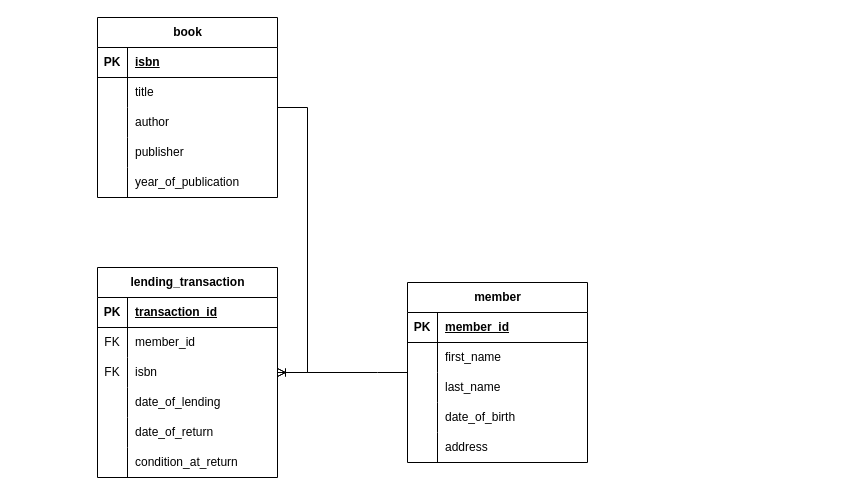
This is Phase 0 Remote - S1/Week 3/D5/nongradedchallenge/ERD.drawio from alfikridotname/HACTIV8-FTGO, a draw.io file, before an edit. Source tidied: cells renumbered, new cells numbered last; positions are measured from the earlier drawing's top-left corner, leaving out a move shared by most shapes. Both pictures are drawn from the tidied source at 100%, with x=0, y=0 at pixel (97, 17).
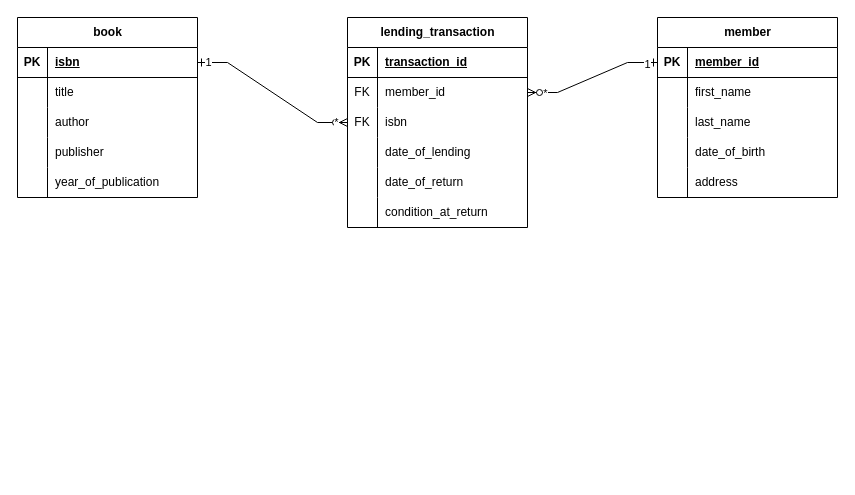
After the change.

Unchanged cells that the change refers to:
```xml
<mxCell id="3" style="shape=tableRow;horizontal=0;startSize=0;swimlaneHead=0;swimlaneBody=0;fillColor=none;points=[[0,0.5],[1,0.5]];portConstraint=eastwest;top=0;left=0;right=0;bottom=1;" parent="2" vertex="1">
  <mxGeometry y="30" width="180" height="30" as="geometry" />
</mxCell>
<mxCell id="19" style="shape=tableRow;horizontal=0;startSize=0;swimlaneHead=0;swimlaneBody=0;fillColor=none;points=[[0,0.5],[1,0.5]];portConstraint=eastwest;top=0;left=0;right=0;bottom=1;" parent="18" vertex="1">
  <mxGeometry y="30" width="180" height="30" as="geometry" />
</mxCell>
<mxCell id="38" style="shape=tableRow;horizontal=0;startSize=0;swimlaneHead=0;swimlaneBody=0;fillColor=none;points=[[0,0.5],[1,0.5]];portConstraint=eastwest;top=0;left=0;right=0;bottom=0;" parent="34" vertex="1">
  <mxGeometry y="60" width="180" height="30" as="geometry" />
</mxCell>
<mxCell id="41" style="shape=tableRow;horizontal=0;startSize=0;swimlaneHead=0;swimlaneBody=0;fillColor=none;points=[[0,0.5],[1,0.5]];portConstraint=eastwest;top=0;left=0;right=0;bottom=0;" parent="34" vertex="1">
  <mxGeometry y="90" width="180" height="30" as="geometry" />
</mxCell>
```

Diff of the diagram source:
```diff
@@
     <mxCell id="2" value="book" style="shape=table;startSize=30;childLayout=tableLayout;rowLines=0;fontStyle=1;align=center;html=1;" parent="1" vertex="1">
-      <mxGeometry width="180" height="180" as="geometry" />
+      <mxGeometry x="-80" width="180" height="180" as="geometry" />
     </mxCell>
@@
     <mxCell id="18" value="member" style="shape=table;startSize=30;childLayout=tableLayout;rowLines=0;fontStyle=1;align=center;html=1;" parent="1" vertex="1">
-      <mxGeometry x="310" y="265" width="180" height="180" as="geometry" />
+      <mxGeometry x="560" width="180" height="180" as="geometry" />
     </mxCell>
@@
     <mxCell id="34" value="lending_transaction" style="shape=table;startSize=30;childLayout=tableLayout;rowLines=0;fontStyle=1;align=center;html=1;" parent="1" vertex="1">
-      <mxGeometry y="250" width="180" height="210" as="geometry" />
+      <mxGeometry x="250" width="180" height="210" as="geometry" />
     </mxCell>
@@
-    <mxCell id="53" style="edgeStyle=entityRelationEdgeStyle;fontSize=12;html=1;endArrow=ERoneToMany;rounded=0;" parent="1" edge="1" source="18" target="34">
-      <mxGeometry relative="1" as="geometry" />
-    </mxCell>
-    <mxCell id="54" style="edgeStyle=entityRelationEdgeStyle;fontSize=12;html=1;endArrow=ERoneToMany;rounded=0;" parent="1" edge="1" source="2" target="34">
-      <mxGeometry relative="1" as="geometry" />
-    </mxCell>
+    <mxCell id="55" style="edgeStyle=entityRelationEdgeStyle;fontSize=12;html=1;endArrow=ERzeroToMany;startArrow=ERmandOne;rounded=0;" parent="1" edge="1" source="3" target="41">
+      <mxGeometry relative="1" as="geometry" />
+    </mxCell>
+    <mxCell id="56" value="1" style="edgeLabel;html=1;align=center;verticalAlign=middle;" parent="55" vertex="1">
+      <mxGeometry x="-0.88" y="1" relative="1" as="geometry" />
+    </mxCell>
+    <mxCell id="57" value="*" style="edgeLabel;html=1;align=center;verticalAlign=middle;" parent="55" vertex="1">
+      <mxGeometry x="0.87" y="1" relative="1" as="geometry" />
+    </mxCell>
+    <mxCell id="58" style="edgeStyle=entityRelationEdgeStyle;fontSize=12;html=1;endArrow=ERzeroToMany;startArrow=ERmandOne;rounded=0;" parent="1" edge="1" source="19" target="38">
+      <mxGeometry relative="1" as="geometry">
+        <Array as="points">
+          <mxPoint x="550" y="70" />
+          <mxPoint x="510" y="80" />
+        </Array>
+      </mxGeometry>
+    </mxCell>
+    <mxCell id="59" value="1" style="edgeLabel;html=1;align=center;verticalAlign=middle;" parent="58" vertex="1">
+      <mxGeometry x="-0.84" y="1" relative="1" as="geometry" />
+    </mxCell>
+    <mxCell id="60" value="*" style="edgeLabel;html=1;align=center;verticalAlign=middle;" parent="58" vertex="1">
+      <mxGeometry x="0.75" relative="1" as="geometry" />
+    </mxCell>
```
